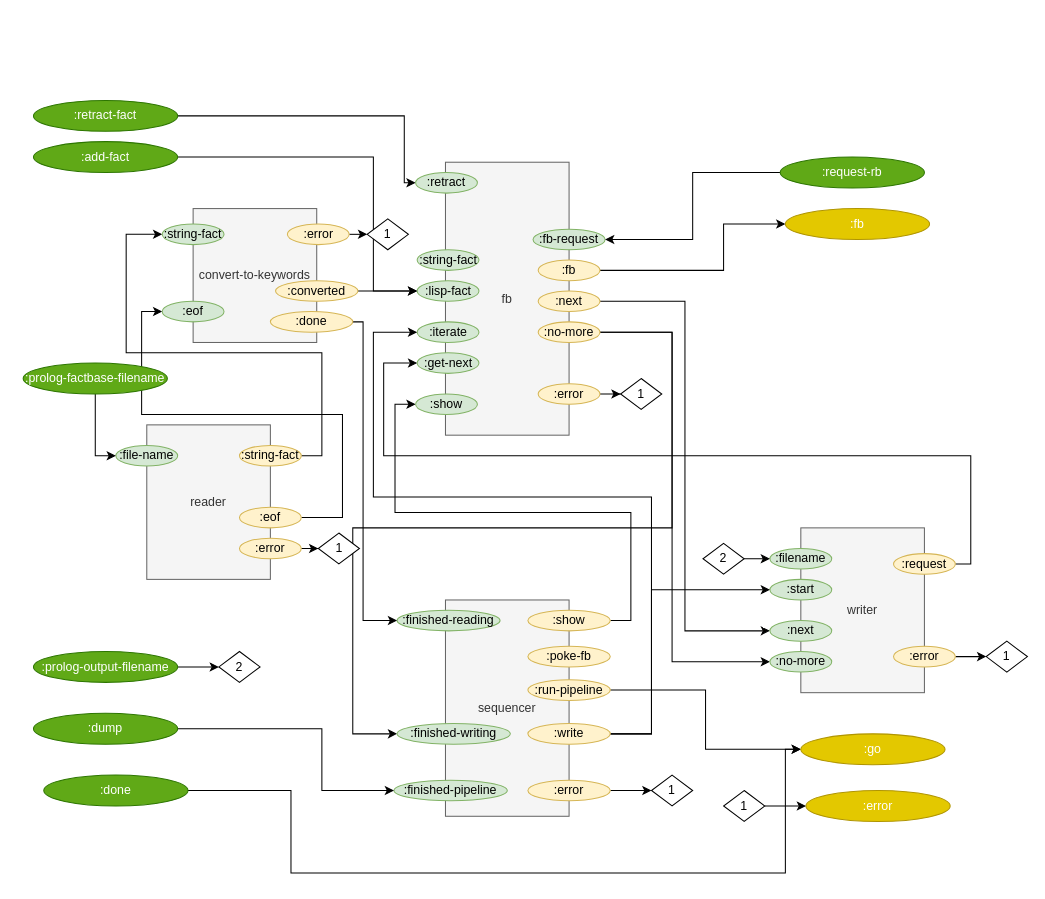
Before: page "Compiler test bed" (4 of 10) of svg/cl-compiler/doc/compiler-test-bed.drawio in bmfbp/bmfbp, a draw.io diagram. Source tidied: cells renumbered, new cells numbered last; positions are measured from the earlier drawing's top-left corner, leaving out a move shared by most shapes. Both pictures are drawn from the tidied source at 103%, with x=0, y=0 at pixel (23, 100).
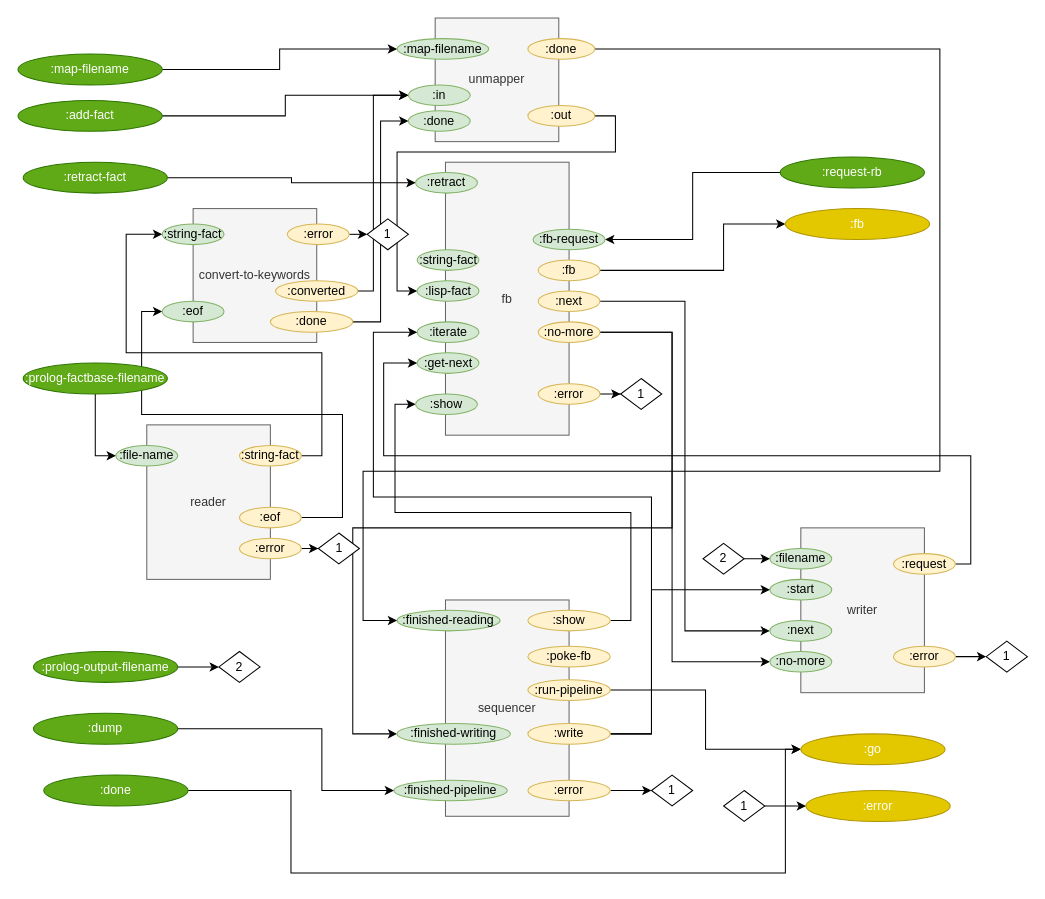
After the change.

The change refers to these unchanged cells:
```xml
<mxCell id="12" value=":lisp-fact" style="ellipse;whiteSpace=wrap;html=1;fillColor=#d5e8d4;strokeColor=#82b366;" parent="1" vertex="1">
  <mxGeometry x="382.5" y="175" width="60" height="20" as="geometry" />
</mxCell>
<mxCell id="47" value=":converted" style="ellipse;whiteSpace=wrap;html=1;fillColor=#fff2cc;strokeColor=#d6b656;" parent="1" vertex="1">
  <mxGeometry x="245" y="175" width="80" height="20" as="geometry" />
</mxCell>
<mxCell id="63" value=":finished-reading" style="ellipse;whiteSpace=wrap;html=1;fillColor=#d5e8d4;strokeColor=#82b366;" parent="1" vertex="1">
  <mxGeometry x="363" y="495" width="100" height="20" as="geometry" />
</mxCell>
<mxCell id="65" value=":done" style="ellipse;whiteSpace=wrap;html=1;fillColor=#fff2cc;strokeColor=#d6b656;" parent="1" vertex="1">
  <mxGeometry x="240" y="205" width="80" height="20" as="geometry" />
</mxCell>
<mxCell id="80" value=":retract" style="ellipse;whiteSpace=wrap;html=1;fillColor=#d5e8d4;strokeColor=#82b366;" parent="1" vertex="1">
  <mxGeometry x="381" y="70" width="60" height="20" as="geometry" />
</mxCell>
```

Change to the diagram source:
```diff
@@
-    <mxCell id="43" style="edgeStyle=orthogonalEdgeStyle;rounded=0;jettySize=auto;html=1;exitX=1;exitY=0.5;exitDx=0;exitDy=0;entryX=0;entryY=0.5;entryDx=0;entryDy=0;" parent="1" edge="1" source="73" target="12">
-      <mxGeometry relative="1" as="geometry">
-        <Array as="points">
-          <mxPoint x="340" y="55" />
-          <mxPoint x="340" y="185" />
-        </Array>
-      </mxGeometry>
-    </mxCell>
@@
-    <mxCell id="46" style="edgeStyle=orthogonalEdgeStyle;rounded=0;jettySize=auto;html=1;exitX=1;exitY=0.5;exitDx=0;exitDy=0;entryX=0;entryY=0.5;entryDx=0;entryDy=0;" parent="1" edge="1" source="47" target="12">
-      <mxGeometry relative="1" as="geometry" />
-    </mxCell>
+    <mxCell id="86" style="edgeStyle=orthogonalEdgeStyle;rounded=0;jettySize=auto;html=1;exitX=1;exitY=0.5;exitDx=0;exitDy=0;entryX=0;entryY=0.5;entryDx=0;entryDy=0;" parent="1" edge="1" source="47" target="92">
+      <mxGeometry relative="1" as="geometry">
+        <Array as="points">
+          <mxPoint x="340" y="185" />
+          <mxPoint x="340" y="-5" />
+        </Array>
+      </mxGeometry>
+    </mxCell>
@@
-    <mxCell id="50" value="1" style="rhombus;whiteSpace=wrap;html=1;" parent="1" vertex="1">
-      <mxGeometry x="334" y="115" width="40" height="30" as="geometry" />
-    </mxCell>
@@
-    <mxCell id="64" style="edgeStyle=orthogonalEdgeStyle;rounded=0;jettySize=auto;html=1;exitX=1;exitY=0.5;exitDx=0;exitDy=0;entryX=0;entryY=0.5;entryDx=0;entryDy=0;" parent="1" edge="1" source="65" target="63">
-      <mxGeometry relative="1" as="geometry">
-        <Array as="points">
-          <mxPoint x="330" y="215" />
-          <mxPoint x="330" y="505" />
-        </Array>
-      </mxGeometry>
-    </mxCell>
+    <mxCell id="87" style="edgeStyle=orthogonalEdgeStyle;rounded=0;jettySize=auto;html=1;exitX=1;exitY=0.5;exitDx=0;exitDy=0;entryX=0;entryY=0.5;entryDx=0;entryDy=0;" parent="1" edge="1" source="65" target="96">
+      <mxGeometry relative="1" as="geometry" />
+    </mxCell>
@@
+    <mxCell id="88" style="edgeStyle=orthogonalEdgeStyle;rounded=0;jettySize=auto;html=1;exitX=1;exitY=0.5;exitDx=0;exitDy=0;entryX=0;entryY=0.5;entryDx=0;entryDy=0;" parent="1" edge="1" source="73" target="92">
+      <mxGeometry relative="1" as="geometry" />
+    </mxCell>
     <mxCell id="73" value=":add-fact" style="ellipse;whiteSpace=wrap;html=1;fillColor=#60a917;strokeColor=#2D7600;fontColor=#ffffff;" parent="1" vertex="1">
-      <mxGeometry x="10" y="40" width="140" height="30" as="geometry" />
+      <mxGeometry x="-5" width="140" height="30" as="geometry" />
     </mxCell>
@@
     <mxCell id="78" style="edgeStyle=orthogonalEdgeStyle;rounded=0;jettySize=auto;html=1;exitX=1;exitY=0.5;exitDx=0;exitDy=0;entryX=0;entryY=0.5;entryDx=0;entryDy=0;" parent="1" edge="1" source="79" target="80">
-      <mxGeometry relative="1" as="geometry">
-        <Array as="points">
-          <mxPoint x="370" y="15" />
-          <mxPoint x="370" y="80" />
-        </Array>
-      </mxGeometry>
+      <mxGeometry relative="1" as="geometry" />
     </mxCell>
     <mxCell id="79" value=":retract-fact" style="ellipse;whiteSpace=wrap;html=1;fillColor=#60a917;strokeColor=#2D7600;fontColor=#ffffff;" parent="1" vertex="1">
-      <mxGeometry x="10" width="140" height="30" as="geometry" />
+      <mxGeometry y="60" width="140" height="30" as="geometry" />
     </mxCell>
@@
+    <mxCell id="89" value="unmapper" style="rounded=0;whiteSpace=wrap;html=1;fillColor=#f5f5f5;strokeColor=#666666;fontColor=#333333;" parent="1" vertex="1">
+      <mxGeometry x="400" y="-80" width="120" height="120" as="geometry" />
+    </mxCell>
+    <mxCell id="90" style="edgeStyle=orthogonalEdgeStyle;rounded=0;jettySize=auto;html=1;exitX=1;exitY=0.5;exitDx=0;exitDy=0;entryX=0;entryY=0.5;entryDx=0;entryDy=0;" parent="1" edge="1" source="91" target="12">
+      <mxGeometry relative="1" as="geometry">
+        <Array as="points">
+          <mxPoint x="575" y="15" />
+          <mxPoint x="575" y="50" />
+          <mxPoint x="363" y="50" />
+          <mxPoint x="363" y="185" />
+        </Array>
+      </mxGeometry>
+    </mxCell>
+    <mxCell id="91" value=":out" style="ellipse;whiteSpace=wrap;html=1;fillColor=#fff2cc;strokeColor=#d6b656;" parent="1" vertex="1">
+      <mxGeometry x="490" y="5" width="65" height="20" as="geometry" />
+    </mxCell>
+    <mxCell id="92" value=":in" style="ellipse;whiteSpace=wrap;html=1;fillColor=#d5e8d4;strokeColor=#82b366;" parent="1" vertex="1">
+      <mxGeometry x="374" y="-15" width="60" height="20" as="geometry" />
+    </mxCell>
+    <mxCell id="50" value="1" style="rhombus;whiteSpace=wrap;html=1;" parent="1" vertex="1">
+      <mxGeometry x="334" y="115" width="40" height="30" as="geometry" />
+    </mxCell>
+    <mxCell id="93" value=":map-filename" style="ellipse;whiteSpace=wrap;html=1;fillColor=#d5e8d4;strokeColor=#82b366;" parent="1" vertex="1">
+      <mxGeometry x="363" y="-60" width="89" height="20" as="geometry" />
+    </mxCell>
+    <mxCell id="94" style="edgeStyle=orthogonalEdgeStyle;rounded=0;jettySize=auto;html=1;exitX=1;exitY=0.5;exitDx=0;exitDy=0;entryX=0;entryY=0.5;entryDx=0;entryDy=0;" parent="1" edge="1" source="95" target="93">
+      <mxGeometry relative="1" as="geometry" />
+    </mxCell>
+    <mxCell id="95" value=":map-filename" style="ellipse;whiteSpace=wrap;html=1;fillColor=#60a917;strokeColor=#2D7600;fontColor=#ffffff;" parent="1" vertex="1">
+      <mxGeometry x="-5" y="-45" width="140" height="30" as="geometry" />
+    </mxCell>
+    <mxCell id="96" value=":done" style="ellipse;whiteSpace=wrap;html=1;fillColor=#d5e8d4;strokeColor=#82b366;" parent="1" vertex="1">
+      <mxGeometry x="374" y="10" width="60" height="20" as="geometry" />
+    </mxCell>
+    <mxCell id="97" style="edgeStyle=orthogonalEdgeStyle;rounded=0;jettySize=auto;html=1;exitX=1;exitY=0.5;exitDx=0;exitDy=0;entryX=0;entryY=0.5;entryDx=0;entryDy=0;" parent="1" edge="1" source="98" target="63">
+      <mxGeometry relative="1" as="geometry">
+        <Array as="points">
+          <mxPoint x="890" y="-50" />
+          <mxPoint x="890" y="360" />
+          <mxPoint x="330" y="360" />
+          <mxPoint x="330" y="505" />
+        </Array>
+      </mxGeometry>
+    </mxCell>
+    <mxCell id="98" value=":done" style="ellipse;whiteSpace=wrap;html=1;fillColor=#fff2cc;strokeColor=#d6b656;" parent="1" vertex="1">
+      <mxGeometry x="490" y="-60" width="65" height="20" as="geometry" />
+    </mxCell>
```
